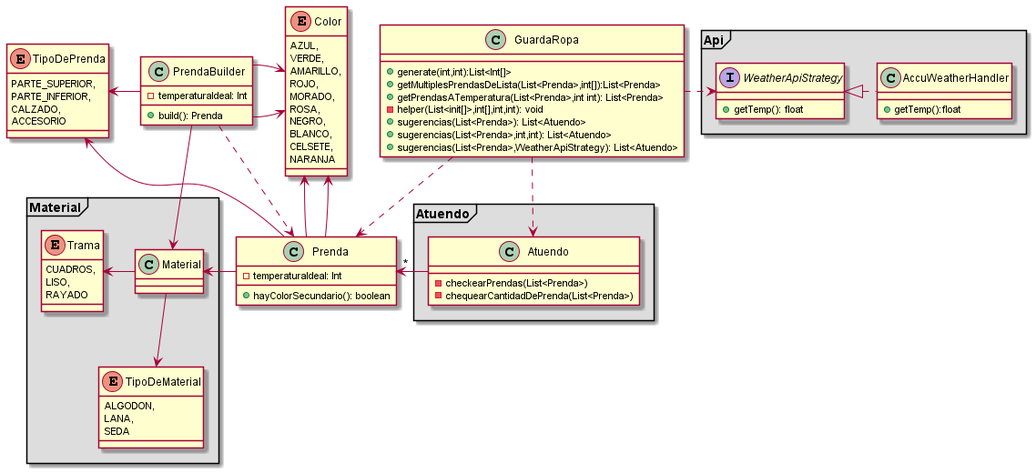
Above: Diagrama.png in Tomas83/QueMePongo (PlantUML), before the change.
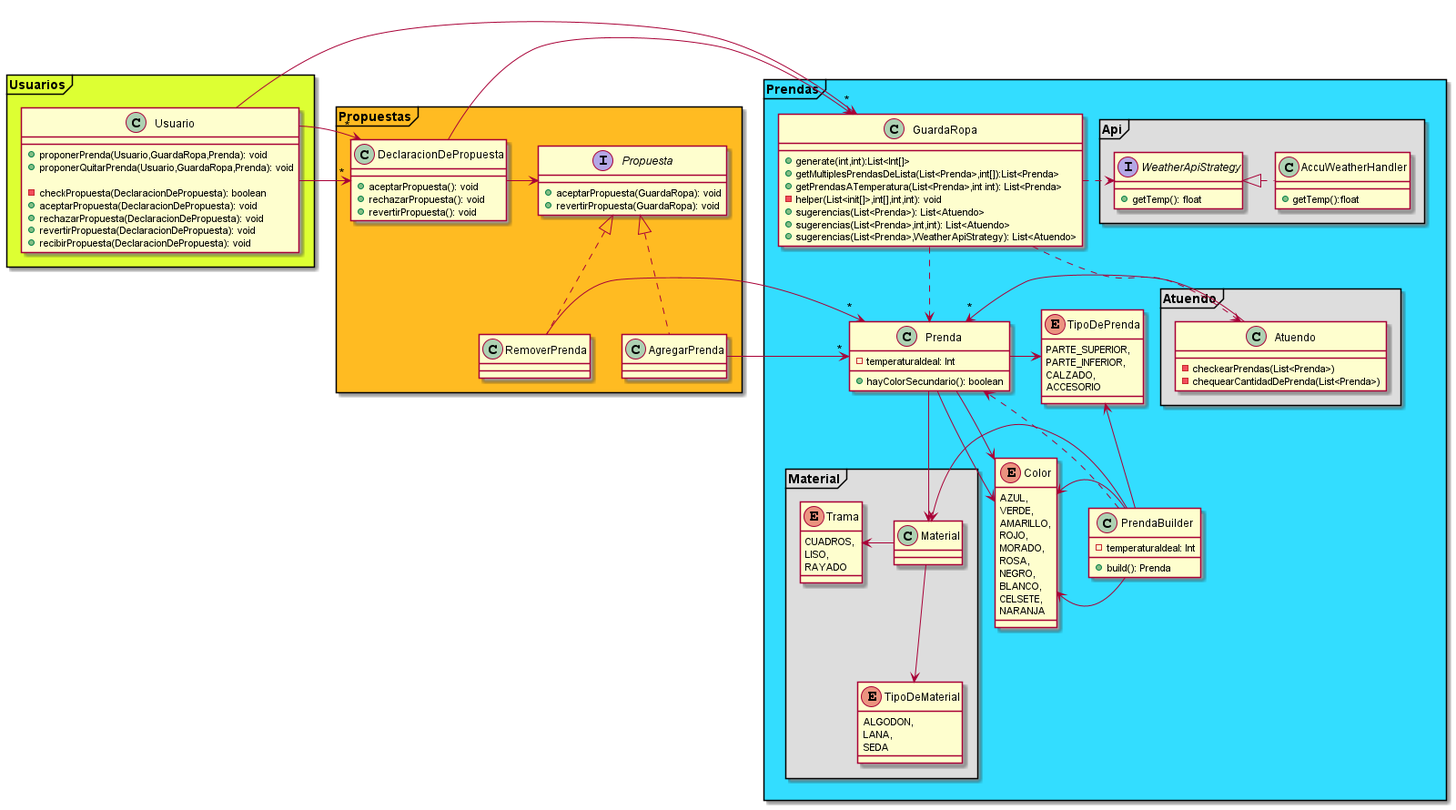
After the change.

Commit message:
QueMePongo 5 con diagrama

Change to the diagram source:
```diff
@@ -1,94 +1,146 @@
 @startuml
 
-package Atuendo <<Frame>> #DDDDDD
+package Usuarios <<Frame>> #DDFF33
 {
-    class Atuendo
+	class Usuario
+	{
+		+proponerPrenda(Usuario,GuardaRopa,Prenda): void
+        +proponerQuitarPrenda(Usuario,GuardaRopa,Prenda): void
+
+        -checkPropuesta(DeclaracionDePropuesta): boolean
+
+        +aceptarPropuesta(DeclaracionDePropuesta): void
+        +rechazarPropuesta(DeclaracionDePropuesta): void
+        +revertirPropuesta(DeclaracionDePropuesta): void
+        +recibirPropuesta(DeclaracionDePropuesta): void
+	}
+}
+package Propuestas <<Frame>> #FFBB22
+{
+    Propuesta-u[hidden]>Usuario
+    Usuario-d[hidden]>Propuesta
+    Usuario-d[hidden]>DeclaracionDePropuesta
+
+    Usuario->"*"DeclaracionDePropuesta
+    Usuario->"*"DeclaracionDePropuesta
+
+    interface Propuesta
     {
-        -checkearPrendas(List<Prenda>)
-        -chequearCantidadDePrenda(List<Prenda>)
+        +aceptarPropuesta(GuardaRopa): void
+        +revertirPropuesta(GuardaRopa): void
+    }
+    class AgregarPrenda implements Propuesta
+    class RemoverPrenda implements Propuesta
+
+    class DeclaracionDePropuesta
+    {
+        +aceptarPropuesta(): void
+        +rechazarPropuesta(): void
+        +revertirPropuesta(): void
     }
 }
-    Atuendo->"*"Prenda
-package Api <<Frame>> #DDDDDD
+package Prendas <<Frame>> #33DDFF
 {
-    AccuWeatherHandler ..l|>WeatherApiStrategy
-    Interface WeatherApiStrategy
+    Usuario->"*"GuardaRopa
+    AgregarPrenda->"*" Prenda
+    RemoverPrenda->"*" Prenda
+    DeclaracionDePropuesta -> GuardaRopa
+    DeclaracionDePropuesta -> Propuesta
+
+
+    package Atuendo <<Frame>> #DDDDDD
     {
-        +getTemp(): float
+        class Atuendo
+        {
+            -checkearPrendas(List<Prenda>)
+            -chequearCantidadDePrenda(List<Prenda>)
+        }
     }
-    class AccuWeatherHandler
+        Atuendo->"*"Prenda
+    package Api <<Frame>> #DDDDDD
     {
-        +getTemp():float
+        AccuWeatherHandler ..l|>WeatherApiStrategy
+        Interface WeatherApiStrategy
+        {
+            +getTemp(): float
+        }
+        class AccuWeatherHandler
+        {
+            +getTemp():float
+        }
     }
+    package Material <<Frame>> #DDDDDD
+    {
+        Material -u>Trama
+        Material -d->TipoDeMaterial
+        class Material{}
+        Enum TipoDeMaterial
+        {
+            ALGODON,
+            LANA,
+            SEDA
+        }
+        Enum Trama
+        {
+            CUADROS,
+            LISO,
+            RAYADO
+        }
+    }
+    class Prenda
+    {
+        - temperaturaIdeal: Int
+        + hayColorSecundario(): boolean
+    }
+    Prenda-u>Color
+    Prenda-u>Color
+    Prenda->Material
+    Prenda->TipoDePrenda
+    class PrendaBuilder
+    {
+        - temperaturaIdeal: Int
+        + build(): Prenda
+    }
+    PrendaBuilder -[dashed]->Prenda
+    PrendaBuilder-r>Color
+    PrendaBuilder-r>Color
+    PrendaBuilder->Material
+    PrendaBuilder-l>TipoDePrenda
+    class GuardaRopa
+    {
+        +generate(int,int):List<Int[]>
+        +getMultiplesPrendasDeLista(List<Prenda>,int[]):List<Prenda>
+        +getPrendasATemperatura(List<Prenda>,int int): List<Prenda>
+        -helper(List<init[]>,int[],int,int): void
+        +sugerencias(List<Prenda>): List<Atuendo>
+        +sugerencias(List<Prenda>,int,int): List<Atuendo>
+        +sugerencias(List<Prenda>,WeatherApiStrategy): List<Atuendo>
+    }
+    GuardaRopa..>Prenda
+    GuardaRopa..>Atuendo
+    GuardaRopa.r>WeatherApiStrategy
+    Enum Color
+    {
+        AZUL,
+        VERDE,
+        AMARILLO,
+        ROJO,
+        MORADO,
+        ROSA,
+        NEGRO,
+        BLANCO,
+        CELSETE,
+        NARANJA
+    }
+    Enum TipoDePrenda
+    {
+        PARTE_SUPERIOR,
+        PARTE_INFERIOR,
+        CALZADO,
+        ACCESORIO
+    }
+
 }
-package Material <<Frame>> #DDDDDD
-{
-    Material -u>Trama
-    Material -d->TipoDeMaterial
-    class Material{}
-    Enum TipoDeMaterial
-    {
-        ALGODON,
-        LANA,
-        SEDA
-    }
-    Enum Trama
-    {
-        CUADROS,
-        LISO,
-        RAYADO
-    }
-}
-class Prenda
-{
-    - temperaturaIdeal: Int
-    + hayColorSecundario(): boolean
-}
-Prenda-u>Color
-Prenda-u>Color
-Prenda->Material
-Prenda->TipoDePrenda
-class PrendaBuilder
-{
-    - temperaturaIdeal: Int
-    + build(): Prenda
-}
-PrendaBuilder -[dashed]->Prenda
-PrendaBuilder-r>Color
-PrendaBuilder-r>Color
-PrendaBuilder->Material
-PrendaBuilder-l>TipoDePrenda
-class GuardaRopa
-{
-    +generate(int,int):List<Int[]>
-    +getMultiplesPrendasDeLista(List<Prenda>,int[]):List<Prenda>
-    +getPrendasATemperatura(List<Prenda>,int int): List<Prenda>
-    -helper(List<init[]>,int[],int,int): void
-    +sugerencias(List<Prenda>): List<Atuendo>
-    +sugerencias(List<Prenda>,int,int): List<Atuendo>
-    +sugerencias(List<Prenda>,WeatherApiStrategy): List<Atuendo>
-}
-GuardaRopa..>Prenda
-GuardaRopa..>Atuendo
-GuardaRopa.r>WeatherApiStrategy
-Enum Color
-{
-    AZUL,
-	VERDE,
-	AMARILLO,
-	ROJO,
-	MORADO,
-	ROSA,
-	NEGRO,
-	BLANCO,
-	CELSETE,
-	NARANJA
-}
-Enum TipoDePrenda
-{
-    PARTE_SUPERIOR,
-	PARTE_INFERIOR,
-	CALZADO,
-	ACCESORIO
-}
+
+
 @endrtuml
```
